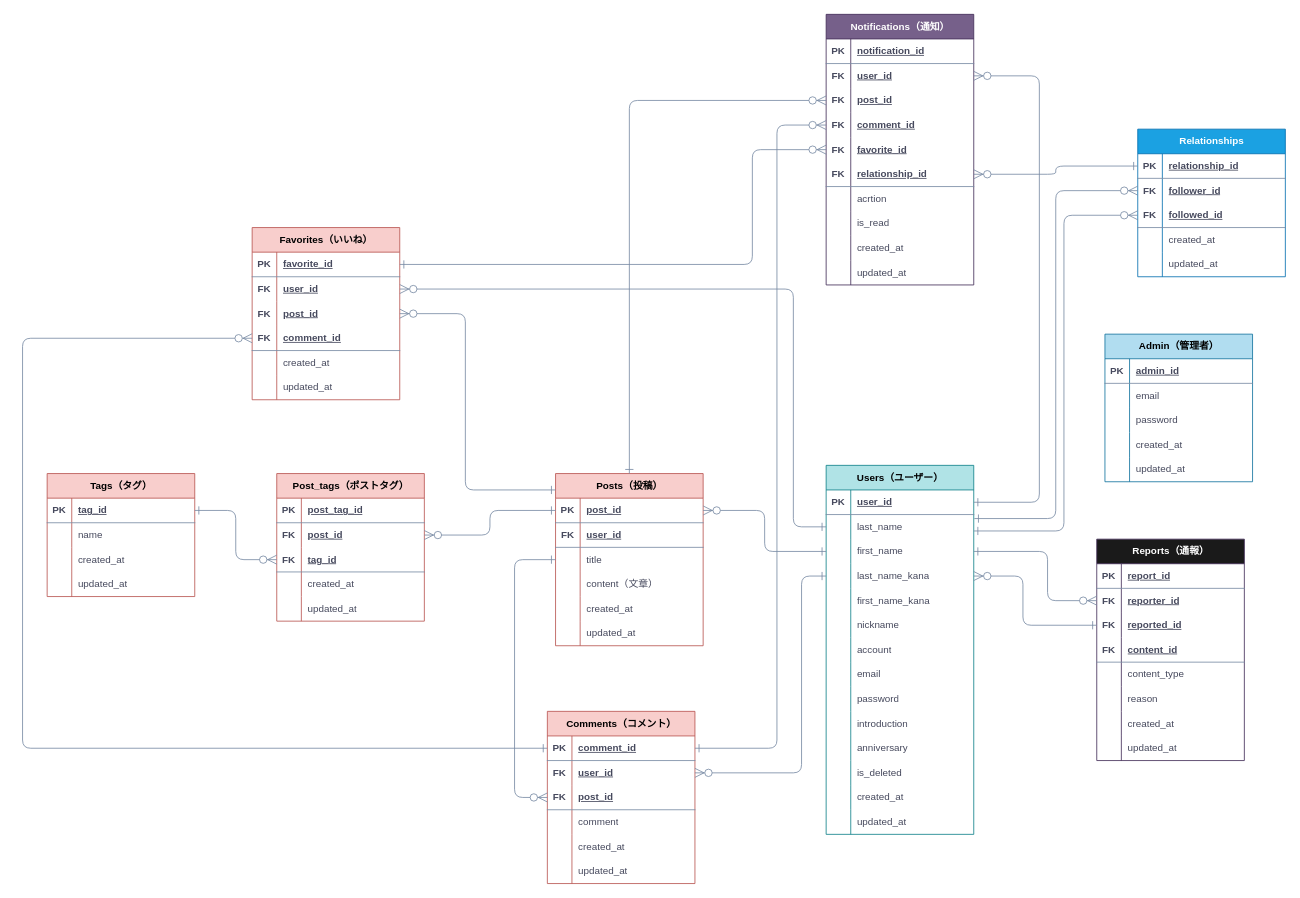
Earlier version of the draw.io diagram 2seeds.drawio (Ganmo3/drawio). Source tidied: cells renumbered, new cells numbered last; positions are measured from the earlier drawing's top-left corner, leaving out a move shared by most shapes. Both pictures are drawn from the tidied source at 82%, with x=0, y=0 at pixel (22, 14).
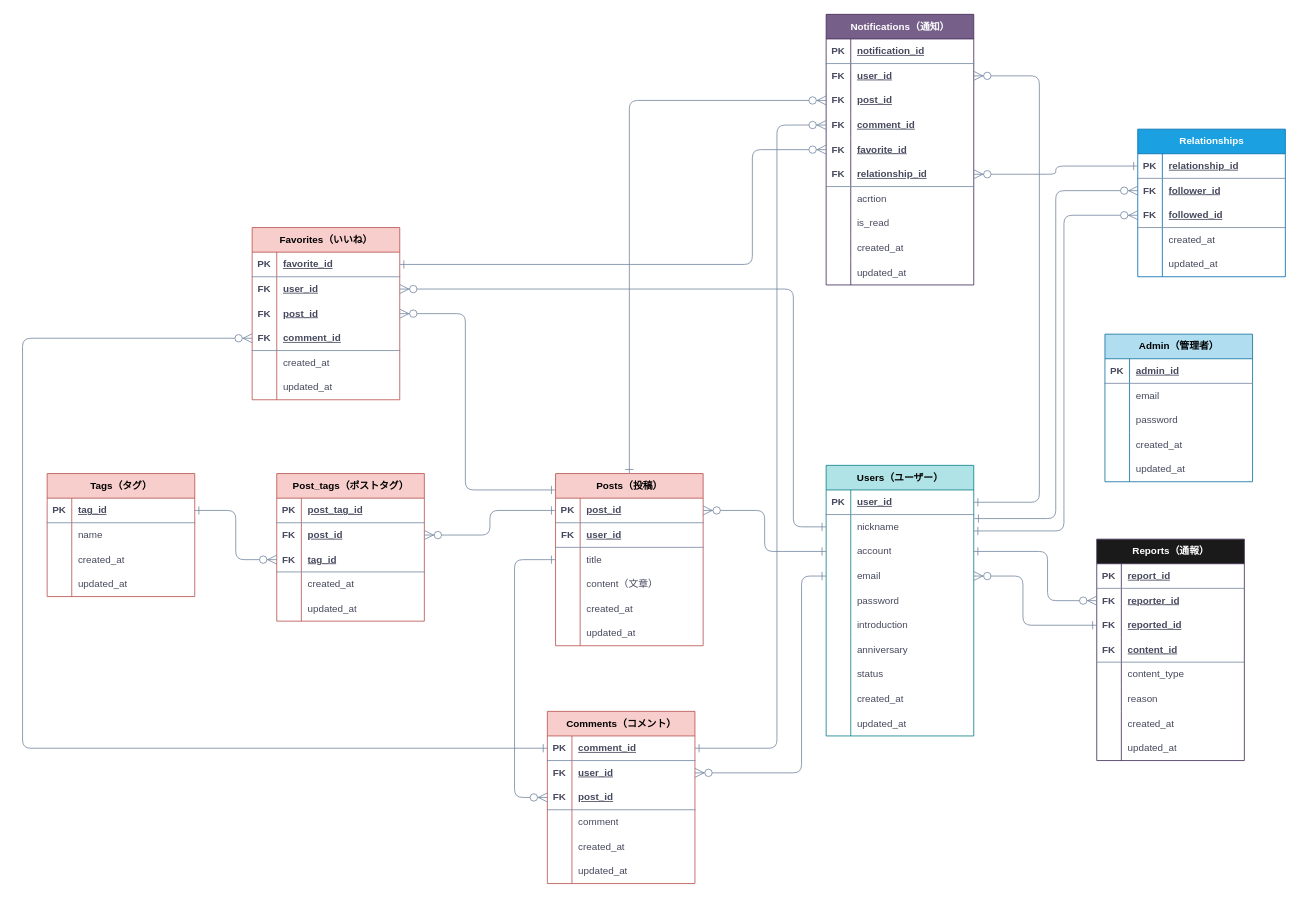
The same diagram, later.

Commit message:
2seeds.drawio を更新します

Unchanged cells that the change refers to:
```xml
<mxCell id="66" style="shape=tableRow;horizontal=0;startSize=0;swimlaneHead=0;swimlaneBody=0;fillColor=none;points=[[0,0.5],[1,0.5]];portConstraint=eastwest;top=0;left=0;right=0;bottom=1;strokeColor=#788AA3;fontFamily=Helvetica;fontSize=12;fontColor=#46495D;html=1;labelBackgroundColor=none;" parent="65" vertex="1">
  <mxGeometry y="30" width="180" height="30" as="geometry" />
</mxCell>
<mxCell id="91" style="shape=tableRow;horizontal=0;startSize=0;swimlaneHead=0;swimlaneBody=0;fillColor=none;points=[[0,0.5],[1,0.5]];portConstraint=eastwest;top=0;left=0;right=0;bottom=0;strokeColor=#788AA3;fontFamily=Helvetica;fontSize=12;fontColor=#46495D;html=1;labelBackgroundColor=none;" parent="87" vertex="1">
  <mxGeometry y="60" width="180" height="30" as="geometry" />
</mxCell>
<mxCell id="110" style="shape=tableRow;horizontal=0;startSize=0;swimlaneHead=0;swimlaneBody=0;fillColor=none;points=[[0,0.5],[1,0.5]];portConstraint=eastwest;top=0;left=0;right=0;bottom=0;strokeColor=#788AA3;fontFamily=Helvetica;fontSize=12;fontColor=#46495D;html=1;labelBackgroundColor=none;" parent="106" vertex="1">
  <mxGeometry y="60" width="180" height="30" as="geometry" />
</mxCell>
<mxCell id="131" style="shape=tableRow;horizontal=0;startSize=0;swimlaneHead=0;swimlaneBody=0;fillColor=none;points=[[0,0.5],[1,0.5]];portConstraint=eastwest;top=0;left=0;right=0;bottom=0;strokeColor=#788AA3;fontFamily=Helvetica;fontSize=12;fontColor=#46495D;html=1;labelBackgroundColor=none;" parent="127" vertex="1">
  <mxGeometry y="60" width="180" height="30" as="geometry" />
</mxCell>
<mxCell id="134" style="shape=tableRow;horizontal=0;startSize=0;swimlaneHead=0;swimlaneBody=0;fillColor=none;points=[[0,0.5],[1,0.5]];portConstraint=eastwest;top=0;left=0;right=0;bottom=1;strokeColor=#788AA3;fontFamily=Helvetica;fontSize=12;fontColor=#46495D;html=1;labelBackgroundColor=none;" parent="127" vertex="1">
  <mxGeometry y="90" width="180" height="30" as="geometry" />
</mxCell>
<mxCell id="217" style="shape=tableRow;horizontal=0;startSize=0;swimlaneHead=0;swimlaneBody=0;fillColor=none;points=[[0,0.5],[1,0.5]];portConstraint=eastwest;top=0;left=0;right=0;bottom=0;strokeColor=#788AA3;fontFamily=Helvetica;fontSize=12;fontColor=#46495D;html=1;labelBackgroundColor=none;" parent="213" vertex="1">
  <mxGeometry y="60" width="180" height="30" as="geometry" />
</mxCell>
<mxCell id="220" style="shape=tableRow;horizontal=0;startSize=0;swimlaneHead=0;swimlaneBody=0;fillColor=none;points=[[0,0.5],[1,0.5]];portConstraint=eastwest;top=0;left=0;right=0;bottom=0;strokeColor=#788AA3;fontFamily=Helvetica;fontSize=12;fontColor=#46495D;html=1;labelBackgroundColor=none;" parent="213" vertex="1">
  <mxGeometry y="90" width="180" height="30" as="geometry" />
</mxCell>
```

Change to the diagram source:
```diff
@@
     <mxCell id="18" value="&lt;font color=&quot;#000000&quot;&gt;Users（ユーザー）&lt;/font&gt;" style="shape=table;startSize=30;childLayout=tableLayout;rowLines=0;fontStyle=1;align=center;html=1;fontFamily=Helvetica;fontSize=12;fillColor=#b0e3e6;labelBackgroundColor=none;strokeColor=#0e8088;" parent="1" vertex="1">
-      <mxGeometry x="980" y="550" width="180" height="450" as="geometry" />
+      <mxGeometry x="980" y="550" width="180" height="330" as="geometry" />
     </mxCell>
@@
-    <mxCell id="22" style="shape=tableRow;horizontal=0;startSize=0;swimlaneHead=0;swimlaneBody=0;fillColor=none;points=[[0,0.5],[1,0.5]];portConstraint=eastwest;top=0;left=0;right=0;bottom=0;strokeColor=#788AA3;fontFamily=Helvetica;fontSize=12;fontColor=#46495D;html=1;labelBackgroundColor=none;" parent="18" vertex="1">
-      <mxGeometry y="60" width="180" height="30" as="geometry" />
-    </mxCell>
-    <mxCell id="23" style="shape=partialRectangle;fillColor=none;top=0;left=0;bottom=0;right=0;overflow=hidden;whiteSpace=wrap;html=1;strokeColor=#788AA3;fontFamily=Helvetica;fontSize=12;fontColor=#46495D;startSize=23;labelBackgroundColor=none;" parent="22" vertex="1">
-      <mxGeometry width="30" height="30" as="geometry" />
-    </mxCell>
-    <mxCell id="24" value="last_name" style="shape=partialRectangle;fillColor=none;top=0;left=0;bottom=0;right=0;align=left;spacingLeft=6;overflow=hidden;whiteSpace=wrap;html=1;strokeColor=#788AA3;fontFamily=Helvetica;fontSize=12;fontColor=#46495D;startSize=23;labelBackgroundColor=none;" parent="22" vertex="1">
-      <mxGeometry x="30" width="150" height="30" as="geometry" />
-    </mxCell>
-    <mxCell id="25" style="shape=tableRow;horizontal=0;startSize=0;swimlaneHead=0;swimlaneBody=0;fillColor=none;points=[[0,0.5],[1,0.5]];portConstraint=eastwest;top=0;left=0;right=0;bottom=0;strokeColor=#788AA3;fontFamily=Helvetica;fontSize=12;fontColor=#46495D;html=1;labelBackgroundColor=none;" parent="18" vertex="1">
-      <mxGeometry y="90" width="180" height="30" as="geometry" />
-    </mxCell>
-    <mxCell id="26" style="shape=partialRectangle;fillColor=none;top=0;left=0;bottom=0;right=0;overflow=hidden;whiteSpace=wrap;html=1;strokeColor=#788AA3;fontFamily=Helvetica;fontSize=12;fontColor=#46495D;startSize=23;labelBackgroundColor=none;" parent="25" vertex="1">
-      <mxGeometry width="30" height="30" as="geometry" />
-    </mxCell>
-    <mxCell id="27" value="first_name" style="shape=partialRectangle;fillColor=none;top=0;left=0;bottom=0;right=0;align=left;spacingLeft=6;overflow=hidden;whiteSpace=wrap;html=1;strokeColor=#788AA3;fontFamily=Helvetica;fontSize=12;fontColor=#46495D;startSize=23;labelBackgroundColor=none;" parent="25" vertex="1">
-      <mxGeometry x="30" width="150" height="30" as="geometry" />
-    </mxCell>
-    <mxCell id="28" style="shape=tableRow;horizontal=0;startSize=0;swimlaneHead=0;swimlaneBody=0;fillColor=none;points=[[0,0.5],[1,0.5]];portConstraint=eastwest;top=0;left=0;right=0;bottom=0;strokeColor=#788AA3;fontFamily=Helvetica;fontSize=12;fontColor=#46495D;html=1;labelBackgroundColor=none;" parent="18" vertex="1">
-      <mxGeometry y="120" width="180" height="30" as="geometry" />
-    </mxCell>
-    <mxCell id="29" style="shape=partialRectangle;fillColor=none;top=0;left=0;bottom=0;right=0;overflow=hidden;whiteSpace=wrap;html=1;strokeColor=#788AA3;fontFamily=Helvetica;fontSize=12;fontColor=#46495D;startSize=23;labelBackgroundColor=none;" parent="28" vertex="1">
-      <mxGeometry width="30" height="30" as="geometry" />
-    </mxCell>
-    <mxCell id="30" value="last_name_kana" style="shape=partialRectangle;fillColor=none;top=0;left=0;bottom=0;right=0;align=left;spacingLeft=6;overflow=hidden;whiteSpace=wrap;html=1;strokeColor=#788AA3;fontFamily=Helvetica;fontSize=12;fontColor=#46495D;startSize=23;labelBackgroundColor=none;" parent="28" vertex="1">
-      <mxGeometry x="30" width="150" height="30" as="geometry" />
-    </mxCell>
-    <mxCell id="31" style="shape=tableRow;horizontal=0;startSize=0;swimlaneHead=0;swimlaneBody=0;fillColor=none;top=0;left=0;right=0;bottom=0;strokeColor=#788AA3;fontFamily=Helvetica;fontSize=12;fontColor=#46495D;html=1;labelBackgroundColor=none;" parent="18" vertex="1">
-      <mxGeometry y="150" width="180" height="30" as="geometry" />
-    </mxCell>
-    <mxCell id="32" style="shape=partialRectangle;fillColor=none;top=0;left=0;bottom=0;right=0;overflow=hidden;whiteSpace=wrap;html=1;strokeColor=#788AA3;fontFamily=Helvetica;fontSize=12;fontColor=#46495D;startSize=23;labelBackgroundColor=none;" parent="31" vertex="1">
-      <mxGeometry width="30" height="30" as="geometry" />
-    </mxCell>
-    <mxCell id="33" value="first_name_kana" style="shape=partialRectangle;fillColor=none;top=0;left=0;bottom=0;right=0;align=left;spacingLeft=6;overflow=hidden;whiteSpace=wrap;html=1;strokeColor=#788AA3;fontFamily=Helvetica;fontSize=12;fontColor=#46495D;startSize=23;labelBackgroundColor=none;" parent="31" vertex="1">
-      <mxGeometry x="30" width="150" height="30" as="geometry" />
-    </mxCell>
     <mxCell id="34" style="shape=tableRow;horizontal=0;startSize=0;swimlaneHead=0;swimlaneBody=0;fillColor=none;top=0;left=0;right=0;bottom=0;strokeColor=#788AA3;fontFamily=Helvetica;fontSize=12;fontColor=#46495D;html=1;labelBackgroundColor=none;" parent="18" vertex="1">
-      <mxGeometry y="180" width="180" height="30" as="geometry" />
+      <mxGeometry y="60" width="180" height="30" as="geometry" />
     </mxCell>
@@
     <mxCell id="37" style="shape=tableRow;horizontal=0;startSize=0;swimlaneHead=0;swimlaneBody=0;fillColor=none;points=[[0,0.5],[1,0.5]];portConstraint=eastwest;top=0;left=0;right=0;bottom=0;strokeColor=#788AA3;fontFamily=Helvetica;fontSize=12;fontColor=#46495D;html=1;labelBackgroundColor=none;" parent="18" vertex="1">
-      <mxGeometry y="210" width="180" height="30" as="geometry" />
+      <mxGeometry y="90" width="180" height="30" as="geometry" />
     </mxCell>
@@
     <mxCell id="40" style="shape=tableRow;horizontal=0;startSize=0;swimlaneHead=0;swimlaneBody=0;fillColor=none;points=[[0,0.5],[1,0.5]];portConstraint=eastwest;top=0;left=0;right=0;bottom=0;strokeColor=#788AA3;fontFamily=Helvetica;fontSize=12;fontColor=#46495D;html=1;labelBackgroundColor=none;" parent="18" vertex="1">
-      <mxGeometry y="240" width="180" height="30" as="geometry" />
+      <mxGeometry y="120" width="180" height="30" as="geometry" />
     </mxCell>
@@
     <mxCell id="43" style="shape=tableRow;horizontal=0;startSize=0;swimlaneHead=0;swimlaneBody=0;fillColor=none;top=0;left=0;right=0;bottom=0;strokeColor=#788AA3;fontFamily=Helvetica;fontSize=12;fontColor=#46495D;html=1;labelBackgroundColor=none;" parent="18" vertex="1">
-      <mxGeometry y="270" width="180" height="30" as="geometry" />
+      <mxGeometry y="150" width="180" height="30" as="geometry" />
     </mxCell>
@@
     <mxCell id="46" style="shape=tableRow;horizontal=0;startSize=0;swimlaneHead=0;swimlaneBody=0;fillColor=none;top=0;left=0;right=0;bottom=0;strokeColor=#788AA3;fontFamily=Helvetica;fontSize=12;fontColor=#46495D;html=1;labelBackgroundColor=none;" parent="18" vertex="1">
-      <mxGeometry y="300" width="180" height="30" as="geometry" />
+      <mxGeometry y="180" width="180" height="30" as="geometry" />
     </mxCell>
@@
     <mxCell id="49" style="shape=tableRow;horizontal=0;startSize=0;swimlaneHead=0;swimlaneBody=0;fillColor=none;top=0;left=0;right=0;bottom=0;strokeColor=#788AA3;fontFamily=Helvetica;fontSize=12;fontColor=#46495D;html=1;labelBackgroundColor=none;" parent="18" vertex="1">
-      <mxGeometry y="330" width="180" height="30" as="geometry" />
+      <mxGeometry y="210" width="180" height="30" as="geometry" />
     </mxCell>
@@
     <mxCell id="52" style="shape=tableRow;horizontal=0;startSize=0;swimlaneHead=0;swimlaneBody=0;fillColor=none;top=0;left=0;right=0;bottom=0;strokeColor=#788AA3;fontFamily=Helvetica;fontSize=12;fontColor=#46495D;html=1;labelBackgroundColor=none;" parent="18" vertex="1">
-      <mxGeometry y="360" width="180" height="30" as="geometry" />
+      <mxGeometry y="240" width="180" height="30" as="geometry" />
     </mxCell>
@@
-    <mxCell id="54" value="is_deleted" style="shape=partialRectangle;fillColor=none;top=0;left=0;bottom=0;right=0;align=left;spacingLeft=6;overflow=hidden;whiteSpace=wrap;html=1;strokeColor=#788AA3;fontFamily=Helvetica;fontSize=12;fontColor=#46495D;startSize=23;labelBackgroundColor=none;" parent="52" vertex="1">
+    <mxCell id="54" value="status" style="shape=partialRectangle;fillColor=none;top=0;left=0;bottom=0;right=0;align=left;spacingLeft=6;overflow=hidden;whiteSpace=wrap;html=1;strokeColor=#788AA3;fontFamily=Helvetica;fontSize=12;fontColor=#46495D;startSize=23;labelBackgroundColor=none;" parent="52" vertex="1">
       <mxGeometry x="30" width="150" height="30" as="geometry" />
     </mxCell>
     <mxCell id="55" style="shape=tableRow;horizontal=0;startSize=0;swimlaneHead=0;swimlaneBody=0;fillColor=none;top=0;left=0;right=0;bottom=0;strokeColor=#788AA3;fontFamily=Helvetica;fontSize=12;fontColor=#46495D;html=1;labelBackgroundColor=none;" parent="18" vertex="1">
-      <mxGeometry y="390" width="180" height="30" as="geometry" />
+      <mxGeometry y="270" width="180" height="30" as="geometry" />
     </mxCell>
@@
     <mxCell id="58" style="shape=tableRow;horizontal=0;startSize=0;swimlaneHead=0;swimlaneBody=0;fillColor=none;top=0;left=0;right=0;bottom=0;strokeColor=#788AA3;fontFamily=Helvetica;fontSize=12;fontColor=#46495D;html=1;labelBackgroundColor=none;" parent="18" vertex="1">
-      <mxGeometry y="420" width="180" height="30" as="geometry" />
+      <mxGeometry y="300" width="180" height="30" as="geometry" />
     </mxCell>
@@
-    <mxCell id="84" style="edgeStyle=elbowEdgeStyle;fontSize=12;html=1;endArrow=ERzeroToMany;endFill=1;fontFamily=Helvetica;fontColor=default;startSize=8;entryX=1;entryY=0.5;entryDx=0;entryDy=0;rounded=1;startArrow=ERone;startFill=0;endSize=9;labelBackgroundColor=none;strokeColor=#788AA3;exitX=0;exitY=0.5;exitDx=0;exitDy=0;" parent="1" edge="1" source="25" target="66">
+    <mxCell id="84" style="edgeStyle=elbowEdgeStyle;fontSize=12;html=1;endArrow=ERzeroToMany;endFill=1;fontFamily=Helvetica;fontColor=default;startSize=8;entryX=1;entryY=0.5;entryDx=0;entryDy=0;rounded=1;startArrow=ERone;startFill=0;endSize=9;labelBackgroundColor=none;strokeColor=#788AA3;exitX=0;exitY=0.5;exitDx=0;exitDy=0;" parent="1" edge="1" source="37" target="66">
       <mxGeometry relative="1" as="geometry" />
     </mxCell>
@@
-    <mxCell id="125" style="edgeStyle=elbowEdgeStyle;fontSize=12;html=1;endArrow=ERzeroToMany;endFill=1;fontFamily=Helvetica;fontColor=default;startSize=8;rounded=1;entryX=1;entryY=0.5;entryDx=0;entryDy=0;startArrow=ERone;startFill=0;endSize=9;labelBackgroundColor=none;strokeColor=#788AA3;exitX=0;exitY=0.5;exitDx=0;exitDy=0;" parent="1" edge="1" source="22" target="91">
+    <mxCell id="125" style="edgeStyle=elbowEdgeStyle;fontSize=12;html=1;endArrow=ERzeroToMany;endFill=1;fontFamily=Helvetica;fontColor=default;startSize=8;rounded=1;entryX=1;entryY=0.5;entryDx=0;entryDy=0;startArrow=ERone;startFill=0;endSize=9;labelBackgroundColor=none;strokeColor=#788AA3;exitX=0;exitY=0.5;exitDx=0;exitDy=0;" parent="1" edge="1" target="91">
       <mxGeometry relative="1" as="geometry">
+        <mxPoint x="980" y="625" as="sourcePoint" />
         <Array as="points">
           <mxPoint x="940" y="510" />
         </Array>
       </mxGeometry>
     </mxCell>
@@
-    <mxCell id="143" style="edgeStyle=elbowEdgeStyle;fontSize=12;html=1;endArrow=ERzeroToMany;endFill=1;fontFamily=Helvetica;fontColor=default;startSize=8;rounded=1;startArrow=ERone;startFill=0;endSize=9;labelBackgroundColor=none;strokeColor=#788AA3;entryX=0;entryY=0.5;entryDx=0;entryDy=0;exitX=1.004;exitY=0.163;exitDx=0;exitDy=0;exitPerimeter=0;" parent="1" edge="1" source="22" target="131">
-      <mxGeometry relative="1" as="geometry" />
+    <mxCell id="143" style="edgeStyle=elbowEdgeStyle;fontSize=12;html=1;endArrow=ERzeroToMany;endFill=1;fontFamily=Helvetica;fontColor=default;startSize=8;rounded=1;startArrow=ERone;startFill=0;endSize=9;labelBackgroundColor=none;strokeColor=#788AA3;entryX=0;entryY=0.5;entryDx=0;entryDy=0;exitX=1.004;exitY=0.163;exitDx=0;exitDy=0;exitPerimeter=0;" parent="1" edge="1" target="131">
+      <mxGeometry relative="1" as="geometry">
+        <mxPoint x="1160.7" y="614.9" as="sourcePoint" />
+      </mxGeometry>
     </mxCell>
@@
-    <mxCell id="206" style="edgeStyle=elbowEdgeStyle;fontSize=12;html=1;endArrow=ERzeroToMany;endFill=1;fontFamily=Helvetica;fontColor=default;startSize=8;rounded=1;startArrow=ERone;startFill=0;endSize=9;labelBackgroundColor=none;strokeColor=#788AA3;entryX=1;entryY=0.5;entryDx=0;entryDy=0;exitX=0;exitY=0.5;exitDx=0;exitDy=0;" parent="1" edge="1" source="28" target="110">
+    <mxCell id="206" style="edgeStyle=elbowEdgeStyle;fontSize=12;html=1;endArrow=ERzeroToMany;endFill=1;fontFamily=Helvetica;fontColor=default;startSize=8;rounded=1;startArrow=ERone;startFill=0;endSize=9;labelBackgroundColor=none;strokeColor=#788AA3;entryX=1;entryY=0.5;entryDx=0;entryDy=0;exitX=0;exitY=0.5;exitDx=0;exitDy=0;" parent="1" edge="1" source="40" target="110">
       <mxGeometry relative="1" as="geometry">
         <Array as="points">
           <mxPoint x="950" y="850" />
         </Array>
       </mxGeometry>
     </mxCell>
@@
-    <mxCell id="238" style="edgeStyle=elbowEdgeStyle;fontSize=12;html=1;endArrow=ERzeroToMany;endFill=1;fontFamily=Helvetica;fontColor=default;startSize=8;rounded=1;startArrow=ERone;startFill=0;endSize=9;labelBackgroundColor=none;strokeColor=#788AA3;entryX=0;entryY=0.5;entryDx=0;entryDy=0;exitX=1;exitY=0.5;exitDx=0;exitDy=0;" parent="1" edge="1" source="25" target="217">
+    <mxCell id="238" style="edgeStyle=elbowEdgeStyle;fontSize=12;html=1;endArrow=ERzeroToMany;endFill=1;fontFamily=Helvetica;fontColor=default;startSize=8;rounded=1;startArrow=ERone;startFill=0;endSize=9;labelBackgroundColor=none;strokeColor=#788AA3;entryX=0;entryY=0.5;entryDx=0;entryDy=0;" parent="1" edge="1" source="37" target="217">
       <mxGeometry relative="1" as="geometry">
         <Array as="points">
           <mxPoint x="1250" y="690" />
         </Array>
       </mxGeometry>
     </mxCell>
-    <mxCell id="239" style="edgeStyle=elbowEdgeStyle;fontSize=12;html=1;endArrow=ERzeroToMany;endFill=1;fontFamily=Helvetica;fontColor=default;startSize=8;rounded=1;startArrow=ERone;startFill=0;endSize=9;labelBackgroundColor=none;strokeColor=#788AA3;exitX=0;exitY=0.5;exitDx=0;exitDy=0;" parent="1" edge="1" source="220" target="28">
+    <mxCell id="239" style="edgeStyle=elbowEdgeStyle;fontSize=12;html=1;endArrow=ERzeroToMany;endFill=1;fontFamily=Helvetica;fontColor=default;startSize=8;rounded=1;startArrow=ERone;startFill=0;endSize=9;labelBackgroundColor=none;strokeColor=#788AA3;exitX=0;exitY=0.5;exitDx=0;exitDy=0;" parent="1" edge="1" source="220" target="40">
       <mxGeometry relative="1" as="geometry">
         <Array as="points">
           <mxPoint x="1220" y="720" />
         </Array>
       </mxGeometry>
     </mxCell>
-    <mxCell id="240" style="edgeStyle=elbowEdgeStyle;fontSize=12;html=1;endArrow=ERzeroToMany;endFill=1;fontFamily=Helvetica;fontColor=default;startSize=8;rounded=1;startArrow=ERone;startFill=0;endSize=9;labelBackgroundColor=none;strokeColor=#788AA3;entryX=0;entryY=0.5;entryDx=0;entryDy=0;exitX=1;exitY=0.667;exitDx=0;exitDy=0;exitPerimeter=0;" parent="1" edge="1" source="22" target="134">
+    <mxCell id="240" style="edgeStyle=elbowEdgeStyle;fontSize=12;html=1;endArrow=ERzeroToMany;endFill=1;fontFamily=Helvetica;fontColor=default;startSize=8;rounded=1;startArrow=ERone;startFill=0;endSize=9;labelBackgroundColor=none;strokeColor=#788AA3;entryX=0;entryY=0.5;entryDx=0;entryDy=0;exitX=1;exitY=0.667;exitDx=0;exitDy=0;exitPerimeter=0;" parent="1" edge="1" target="134">
       <mxGeometry relative="1" as="geometry">
+        <mxPoint x="1160" y="630" as="sourcePoint" />
         <Array as="points">
           <mxPoint x="1270" y="440" />
         </Array>
       </mxGeometry>
     </mxCell>
```
